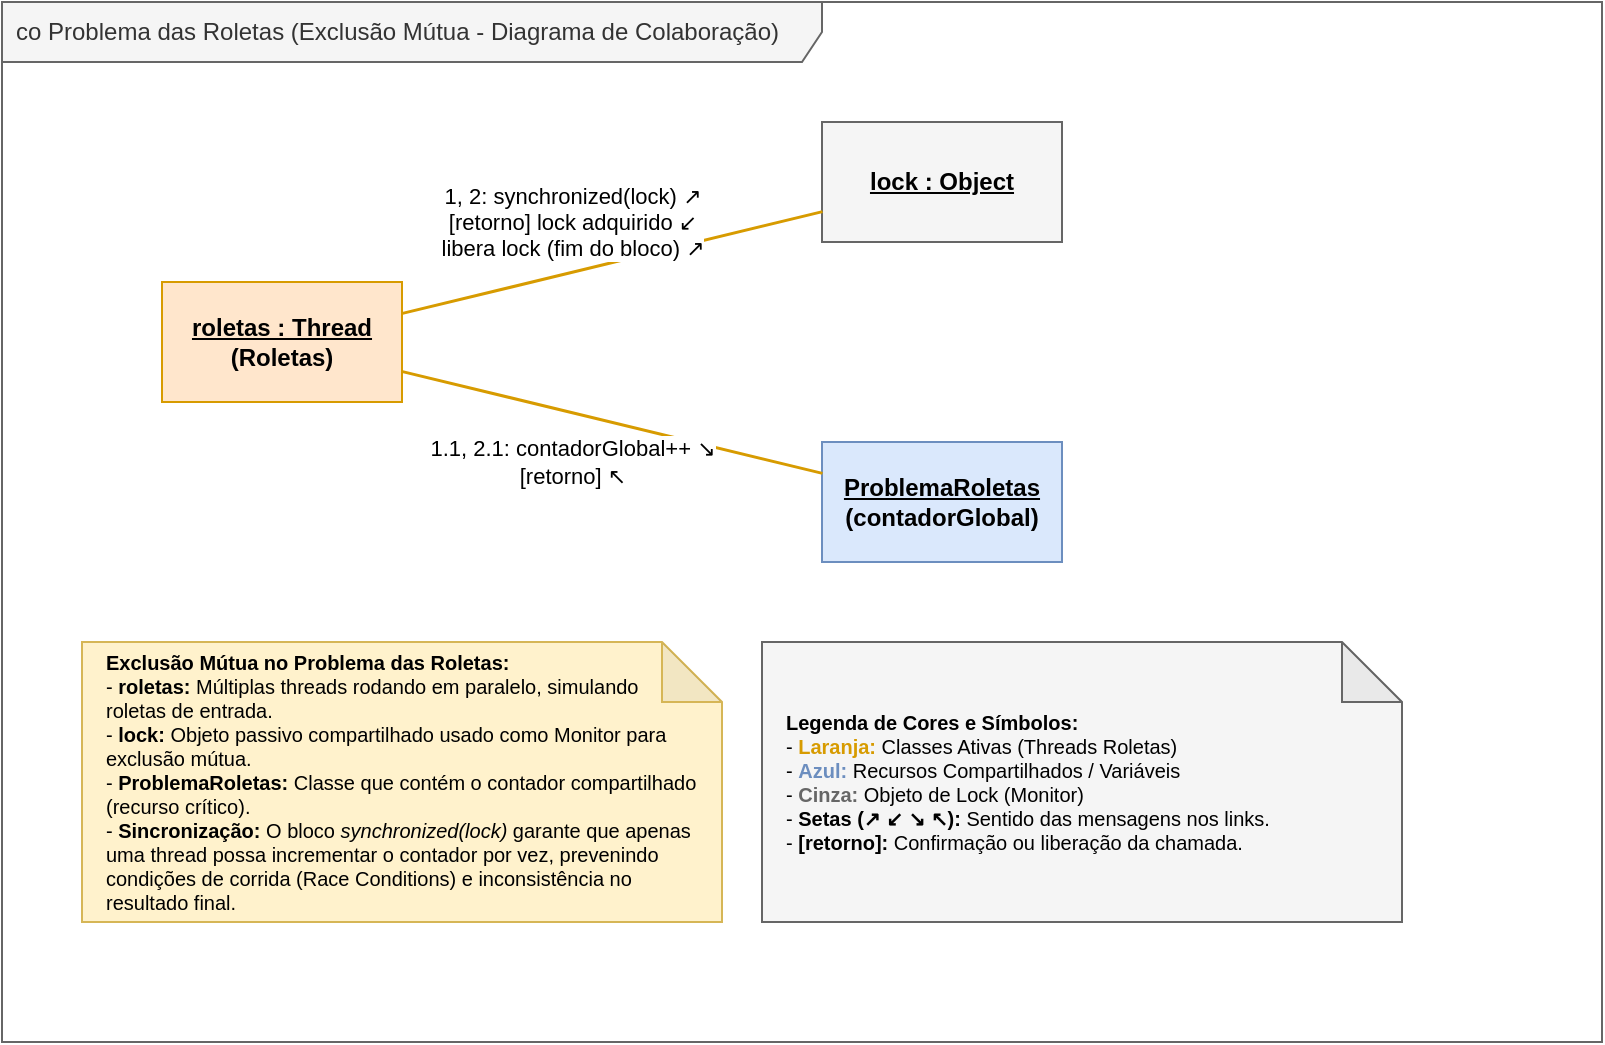
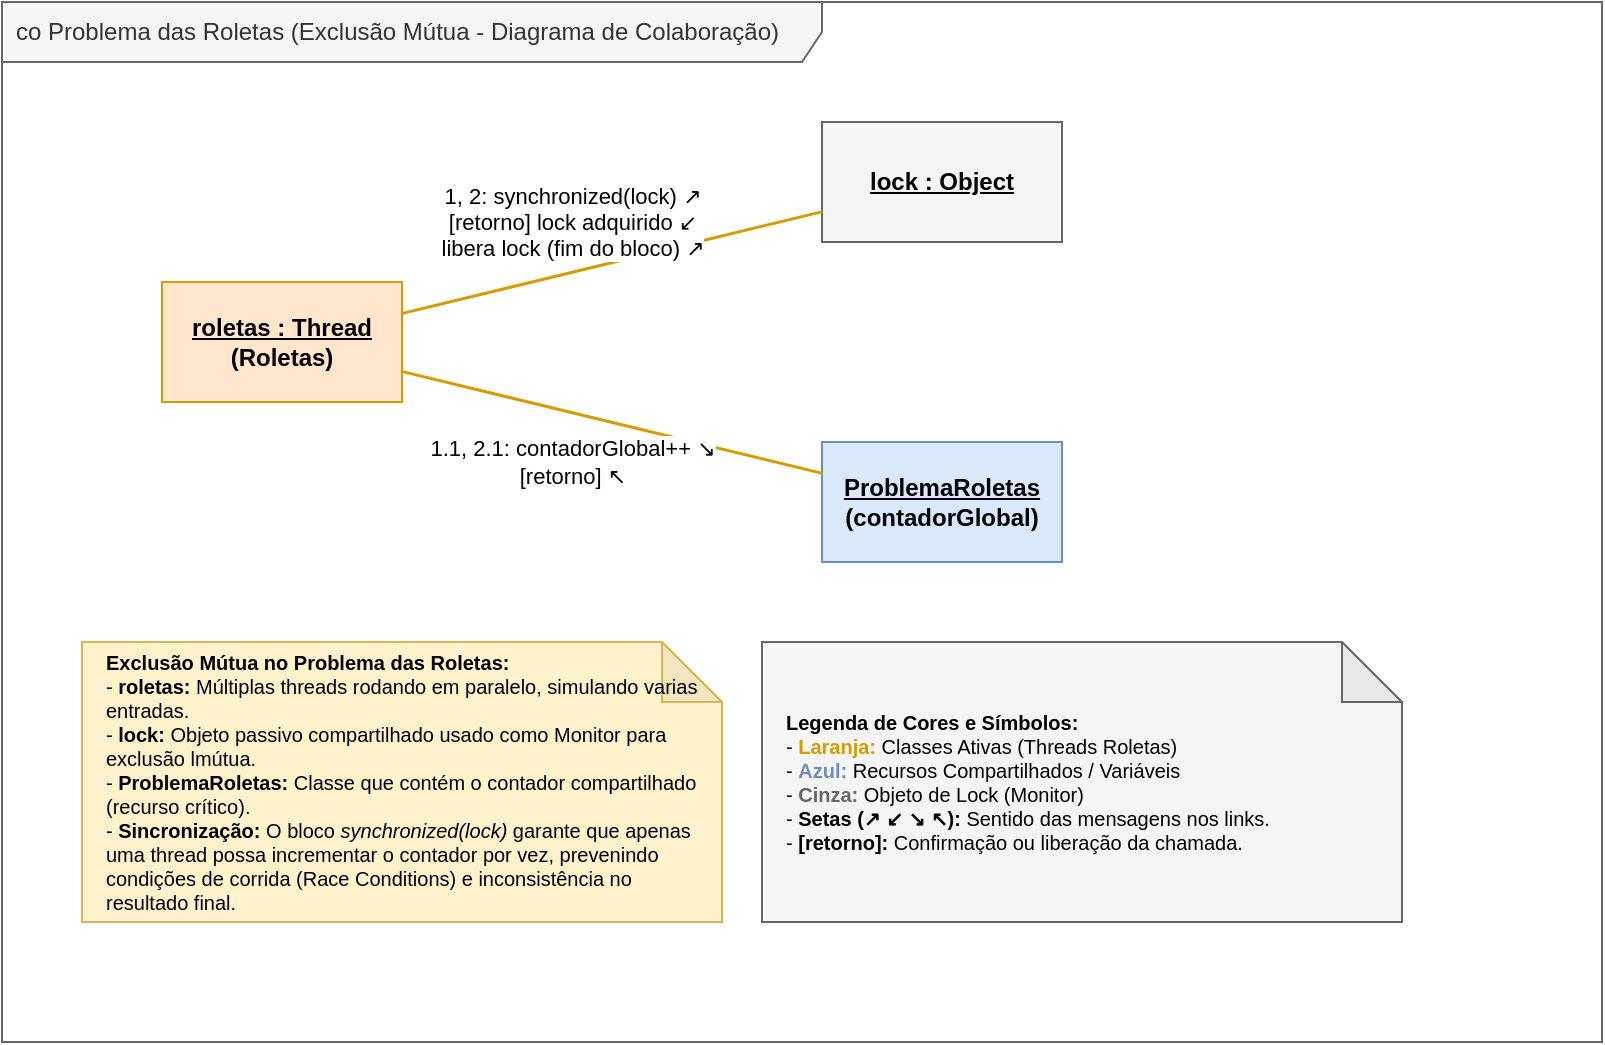
- <mxfile host="app.diagrams.net" pages="1">
-   <diagram id="roletas_collaboration" name="Collaboration Diagram">
-     <mxGraphModel dx="1000" dy="800" grid="1" gridSize="10" guides="1" tooltips="1" connect="1" arrows="1" fold="1" page="1" pageScale="1" pageWidth="1019" pageHeight="1320" math="0" shadow="0">
-       <root>
-         <mxCell id="0" />
-         <mxCell id="1" parent="0" />
- 
-         <!-- Frame container -->
-         <mxCell id="frame_container" value="co Problema das Roletas (Exclusão Mútua - Diagrama de Colaboração)" style="shape=umlFrame;whiteSpace=wrap;html=1;width=410;height=30;boundedLbl=1;verticalAlign=middle;align=left;spacingLeft=5;fillColor=#f5f5f5;fontColor=#333333;strokeColor=#666666;" vertex="1" parent="1">
-           <mxGeometry x="40" y="40" width="800" height="520" as="geometry" />
-         </mxCell>
- 
-         <!-- Objects (Nodes) -->
- 
-         <!-- roletas : Thread (Multi-object representing roleta threads) -->
-         <mxCell id="obj_roletas" value="&lt;u&gt;roletas : Thread&lt;/u&gt;&lt;br&gt;(Roletas)" style="shape=umlMultiObject;whiteSpace=wrap;html=1;align=center;fillColor=#ffe6cc;strokeColor=#d79b00;fontSize=12;fontStyle=1;" vertex="1" parent="1">
-           <mxGeometry x="120" y="180" width="120" height="60" as="geometry" />
-         </mxCell>
- 
-         <!-- lock : Object (Passive Object - monitor) -->
-         <mxCell id="obj_lock" value="&lt;u&gt;lock : Object&lt;/u&gt;" style="whiteSpace=wrap;html=1;align=center;fillColor=#f5f5f5;strokeColor=#666666;fontSize=12;fontStyle=1;" vertex="1" parent="1">
-           <mxGeometry x="450" y="100" width="120" height="60" as="geometry" />
-         </mxCell>
- 
-         <!-- ProblemaRoletas (Passive Object - class holding resource) -->
-         <mxCell id="obj_class" value="&lt;u&gt;ProblemaRoletas&lt;/u&gt;&lt;br&gt;(contadorGlobal)" style="whiteSpace=wrap;html=1;align=center;fillColor=#dae8fc;strokeColor=#6c8ebf;fontSize=12;fontStyle=1;" vertex="1" parent="1">
-           <mxGeometry x="450" y="260" width="120" height="60" as="geometry" />
-         </mxCell>
- 
-         <!-- Note Box: Concurrency & Mutual Exclusion notes -->
-         <mxCell id="note_concurrency" value="&lt;b&gt;Exclusão Mútua no Problema das Roletas:&lt;/b&gt;&lt;br&gt;- &lt;b&gt;roletas:&lt;/b&gt; Múltiplas threads rodando em paralelo, simulando roletas de entrada.&lt;br&gt;- &lt;b&gt;lock:&lt;/b&gt; Objeto passivo compartilhado usado como Monitor para exclusão mútua.&lt;br&gt;- &lt;b&gt;ProblemaRoletas:&lt;/b&gt; Classe que contém o contador compartilhado (recurso crítico).&lt;br&gt;- &lt;b&gt;Sincronização:&lt;/b&gt; O bloco &lt;i&gt;synchronized(lock)&lt;/i&gt; garante que apenas uma thread possa incrementar o contador por vez, prevenindo condições de corrida (Race Conditions) e inconsistência no resultado final." style="shape=note;whiteSpace=wrap;html=1;backgroundOutline=1;darkOpacity=0.05;fillColor=#fff2cc;strokeColor=#d6b656;fontSize=10;align=left;spacingLeft=10;spacingRight=10;" vertex="1" parent="1">
-           <mxGeometry x="80" y="360" width="320" height="140" as="geometry" />
-         </mxCell>
- 
-         <!-- Legend Box -->
-         <mxCell id="note_legend" value="&lt;b&gt;Legenda de Cores e Símbolos:&lt;/b&gt;&lt;br&gt;- &lt;font color=&quot;#d79b00&quot;&gt;&lt;b&gt;Laranja:&lt;/b&gt;&lt;/font&gt; Classes Ativas (Threads Roletas)&lt;br&gt;- &lt;font color=&quot;#6c8ebf&quot;&gt;&lt;b&gt;Azul:&lt;/b&gt;&lt;/font&gt; Recursos Compartilhados / Variáveis&lt;br&gt;- &lt;font color=&quot;#666666&quot;&gt;&lt;b&gt;Cinza:&lt;/b&gt;&lt;/font&gt; Objeto de Lock (Monitor)&lt;br&gt;- &lt;b&gt;Setas (↗ ↙ ↘ ↖):&lt;/b&gt; Sentido das mensagens nos links.&lt;br&gt;- &lt;b&gt;[retorno]:&lt;/b&gt; Confirmação ou liberação da chamada." style="shape=note;whiteSpace=wrap;html=1;backgroundOutline=1;darkOpacity=0.05;fillColor=#f5f5f5;strokeColor=#666666;fontSize=10;align=left;spacingLeft=10;spacingRight=10;" vertex="1" parent="1">
-           <mxGeometry x="420" y="360" width="320" height="140" as="geometry" />
-         </mxCell>
- 
-         <!-- Edges (Links with Messages) -->
- 
-         <!-- Link 1: roletas to lock (synchronized, acquired, unlock) -->
-         <mxCell id="edge_roletas_lock" edge="1" parent="1" source="obj_roletas" target="obj_lock" style="endArrow=none;html=1;fontSize=12;strokeWidth=1.5;strokeColor=#d79b00;">
-           <mxGeometry relative="1" as="geometry" />
-         </mxCell>
-         <mxCell id="lbl_roletas_lock" connectable="0" parent="edge_roletas_lock" style="edgeLabel;html=1;align=center;verticalAlign=middle;resizable=0;points=[];fontSize=11;" value="1, 2: synchronized(lock) ↗&lt;br&gt;[retorno] lock adquirido ↙&lt;br&gt;libera lock (fim do bloco) ↗" vertex="1">
-           <mxGeometry relative="1" x="0.0" as="geometry">
-             <mxPoint x="-20" y="-20" as="offset" />
-           </mxGeometry>
-         </mxCell>
- 
-         <!-- Link 2: roletas to class (increment counter, return) -->
-         <mxCell id="edge_roletas_class" edge="1" parent="1" source="obj_roletas" target="obj_class" style="endArrow=none;html=1;fontSize=12;strokeWidth=1.5;strokeColor=#d79b00;">
-           <mxGeometry relative="1" as="geometry" />
-         </mxCell>
-         <mxCell id="lbl_roletas_class" connectable="0" parent="edge_roletas_class" style="edgeLabel;html=1;align=center;verticalAlign=middle;resizable=0;points=[];fontSize=11;" value="1.1, 2.1: contadorGlobal++ ↘&lt;br&gt;[retorno] ↖" vertex="1">
-           <mxGeometry relative="1" x="0.0" as="geometry">
-             <mxPoint x="-20" y="20" as="offset" />
-           </mxGeometry>
-         </mxCell>
- 
-       </root>
-     </mxGraphModel>
-   </diagram>
- </mxfile>
+ <mxfile host="65bd71144e" pages="1">
+     <diagram id="roletas_collaboration" name="Collaboration Diagram">
+         <mxGraphModel dx="1108" dy="455" grid="1" gridSize="10" guides="1" tooltips="1" connect="1" arrows="1" fold="1" page="1" pageScale="1" pageWidth="1019" pageHeight="1320" math="0" shadow="0">
+             <root>
+                 <mxCell id="0"/>
+                 <mxCell id="1" parent="0"/>
+                 <mxCell id="frame_container" value="co Problema das Roletas (Exclusão Mútua - Diagrama de Colaboração)" style="shape=umlFrame;whiteSpace=wrap;html=1;width=410;height=30;boundedLbl=1;verticalAlign=middle;align=left;spacingLeft=5;fillColor=#f5f5f5;fontColor=#333333;strokeColor=#666666;" parent="1" vertex="1">
+                     <mxGeometry x="40" y="40" width="800" height="520" as="geometry"/>
+                 </mxCell>
+                 <mxCell id="obj_roletas" value="&lt;u&gt;roletas : Thread&lt;/u&gt;&lt;br&gt;(Roletas)" style="shape=umlMultiObject;whiteSpace=wrap;html=1;align=center;fillColor=#ffe6cc;strokeColor=#d79b00;fontSize=12;fontStyle=1;" parent="1" vertex="1">
+                     <mxGeometry x="120" y="180" width="120" height="60" as="geometry"/>
+                 </mxCell>
+                 <mxCell id="obj_lock" value="&lt;u&gt;lock : Object&lt;/u&gt;" style="whiteSpace=wrap;html=1;align=center;fillColor=#f5f5f5;strokeColor=#666666;fontSize=12;fontStyle=1;" parent="1" vertex="1">
+                     <mxGeometry x="450" y="100" width="120" height="60" as="geometry"/>
+                 </mxCell>
+                 <mxCell id="obj_class" value="&lt;u&gt;ProblemaRoletas&lt;/u&gt;&lt;br&gt;(contadorGlobal)" style="whiteSpace=wrap;html=1;align=center;fillColor=#dae8fc;strokeColor=#6c8ebf;fontSize=12;fontStyle=1;" parent="1" vertex="1">
+                     <mxGeometry x="450" y="260" width="120" height="60" as="geometry"/>
+                 </mxCell>
+                 <mxCell id="note_concurrency" value="&lt;b&gt;Exclusão Mútua no Problema das Roletas:&lt;/b&gt;&lt;br&gt;- &lt;b&gt;roletas:&lt;/b&gt; Múltiplas threads rodando em paralelo, simulando varias entradas.&lt;br&gt;- &lt;b&gt;lock:&lt;/b&gt; Objeto passivo compartilhado usado como Monitor para exclusão lmútua.&lt;br&gt;- &lt;b&gt;ProblemaRoletas:&lt;/b&gt; Classe que contém o contador compartilhado (recurso crítico).&lt;br&gt;- &lt;b&gt;Sincronização:&lt;/b&gt; O bloco &lt;i&gt;synchronized(lock)&lt;/i&gt; garante que apenas uma thread possa incrementar o contador por vez, prevenindo condições de corrida (Race Conditions) e inconsistência no resultado final." style="shape=note;whiteSpace=wrap;html=1;backgroundOutline=1;darkOpacity=0.05;fillColor=#fff2cc;strokeColor=#d6b656;fontSize=10;align=left;spacingLeft=10;spacingRight=10;" parent="1" vertex="1">
+                     <mxGeometry x="80" y="360" width="320" height="140" as="geometry"/>
+                 </mxCell>
+                 <mxCell id="note_legend" value="&lt;b&gt;Legenda de Cores e Símbolos:&lt;/b&gt;&lt;br&gt;- &lt;font color=&quot;#d79b00&quot;&gt;&lt;b&gt;Laranja:&lt;/b&gt;&lt;/font&gt; Classes Ativas (Threads Roletas)&lt;br&gt;- &lt;font color=&quot;#6c8ebf&quot;&gt;&lt;b&gt;Azul:&lt;/b&gt;&lt;/font&gt; Recursos Compartilhados / Variáveis&lt;br&gt;- &lt;font color=&quot;#666666&quot;&gt;&lt;b&gt;Cinza:&lt;/b&gt;&lt;/font&gt; Objeto de Lock (Monitor)&lt;br&gt;- &lt;b&gt;Setas (↗ ↙ ↘ ↖):&lt;/b&gt; Sentido das mensagens nos links.&lt;br&gt;- &lt;b&gt;[retorno]:&lt;/b&gt; Confirmação ou liberação da chamada." style="shape=note;whiteSpace=wrap;html=1;backgroundOutline=1;darkOpacity=0.05;fillColor=#f5f5f5;strokeColor=#666666;fontSize=10;align=left;spacingLeft=10;spacingRight=10;" parent="1" vertex="1">
+                     <mxGeometry x="420" y="360" width="320" height="140" as="geometry"/>
+                 </mxCell>
+                 <mxCell id="edge_roletas_lock" style="endArrow=none;html=1;fontSize=12;strokeWidth=1.5;strokeColor=#d79b00;" parent="1" source="obj_roletas" target="obj_lock" edge="1">
+                     <mxGeometry relative="1" as="geometry"/>
+                 </mxCell>
+                 <mxCell id="lbl_roletas_lock" value="1, 2: synchronized(lock) ↗&lt;br&gt;[retorno] lock adquirido ↙&lt;br&gt;libera lock (fim do bloco) ↗" style="edgeLabel;html=1;align=center;verticalAlign=middle;resizable=0;points=[];fontSize=11;" parent="edge_roletas_lock" connectable="0" vertex="1">
+                     <mxGeometry relative="1" as="geometry">
+                         <mxPoint x="-20" y="-20" as="offset"/>
+                     </mxGeometry>
+                 </mxCell>
+                 <mxCell id="edge_roletas_class" style="endArrow=none;html=1;fontSize=12;strokeWidth=1.5;strokeColor=#d79b00;" parent="1" source="obj_roletas" target="obj_class" edge="1">
+                     <mxGeometry relative="1" as="geometry"/>
+                 </mxCell>
+                 <mxCell id="lbl_roletas_class" value="1.1, 2.1: contadorGlobal++ ↘&lt;br&gt;[retorno] ↖" style="edgeLabel;html=1;align=center;verticalAlign=middle;resizable=0;points=[];fontSize=11;" parent="edge_roletas_class" connectable="0" vertex="1">
+                     <mxGeometry relative="1" as="geometry">
+                         <mxPoint x="-20" y="20" as="offset"/>
+                     </mxGeometry>
+                 </mxCell>
+             </root>
+         </mxGraphModel>
+     </diagram>
+ </mxfile>